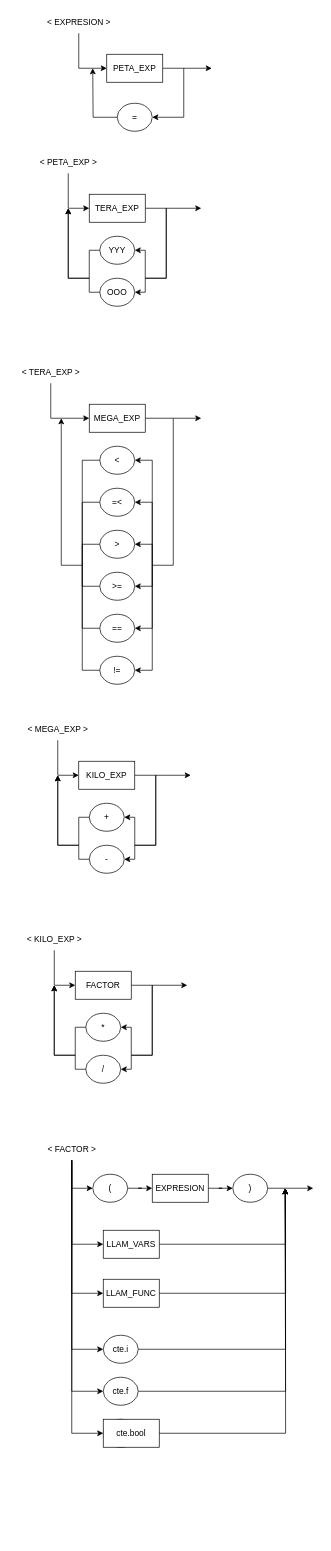
Above: page "EXPRESION" (6 of 12) of Docs/0. Diagramas.drawio in alexvasqxz/JuniorScript (draw.io), before the change. Source tidied: cells renumbered, new cells numbered last; positions are measured from the earlier drawing's top-left corner, leaving out a move shared by most shapes. Both pictures are drawn from the tidied source at 70%, with x=0, y=0 at pixel (12, 12).
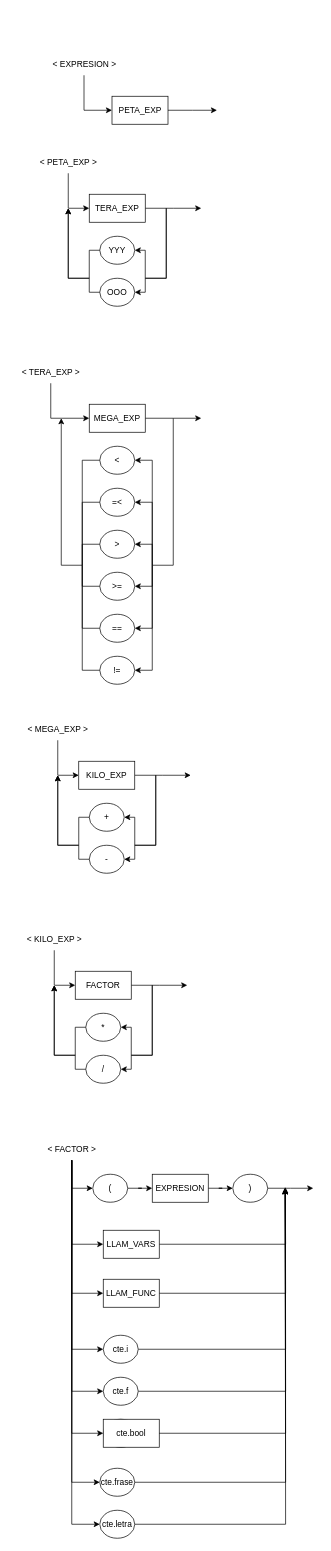
Above is the later version.

Unchanged cells that the change refers to:
```xml
<mxCell id="69" value="&amp;lt; FACTOR &amp;gt;" style="text;html=1;align=center;verticalAlign=middle;points=[];strokeColor=none;fillColor=none;" parent="1" vertex="1">
  <mxGeometry x="40" y="1610" width="90" height="30" as="geometry" />
</mxCell>
```

Change to the diagram source:
```diff
@@
     <mxCell id="3" value="&amp;lt; EXPRESION &amp;gt;" style="text;html=1;align=center;verticalAlign=middle;points=[];strokeColor=none;fillColor=none;" parent="1" vertex="1">
-      <mxGeometry x="40" width="110" height="30" as="geometry" />
+      <mxGeometry x="47.5" y="60" width="110" height="30" as="geometry" />
     </mxCell>
     <mxCell id="4" style="edgeStyle=orthogonalEdgeStyle;rounded=0;jettySize=auto;html=1;" parent="1" edge="1" source="5">
       <mxGeometry relative="1" as="geometry">
-        <mxPoint x="285" y="80" as="targetPoint" />
+        <mxPoint x="292.5" y="140" as="targetPoint" />
       </mxGeometry>
     </mxCell>
     <mxCell id="5" value="PETA_EXP" style="rounded=0;whiteSpace=wrap;html=1;" parent="1" vertex="1">
-      <mxGeometry x="135" y="60" width="80" height="40" as="geometry" />
+      <mxGeometry x="142.5" y="120" width="80" height="40" as="geometry" />
     </mxCell>
-    <mxCell id="6" style="edgeStyle=orthogonalEdgeStyle;rounded=0;jettySize=auto;html=1;" parent="1" edge="1" source="7">
-      <mxGeometry relative="1" as="geometry">
-        <mxPoint x="115" y="80" as="targetPoint" />
-      </mxGeometry>
-    </mxCell>
-    <mxCell id="7" value="=" style="ellipse;whiteSpace=wrap;html=1;" parent="1" vertex="1">
-      <mxGeometry x="150" y="130" width="50" height="40" as="geometry" />
-    </mxCell>
-    <mxCell id="8" style="endArrow=classic;html=1;rounded=0;entryX=1;entryY=0.5;entryDx=0;entryDy=0;" parent="1" edge="1" target="7">
-      <mxGeometry relative="1" as="geometry">
-        <mxPoint x="245" y="80" as="sourcePoint" />
-        <Array as="points">
-          <mxPoint x="245" y="150" />
-        </Array>
-      </mxGeometry>
-    </mxCell>
@@
+    <mxCell id="87" style="edgeStyle=orthogonalEdgeStyle;rounded=0;jettySize=auto;html=1;entryX=0;entryY=0.5;entryDx=0;entryDy=0;" parent="1" edge="1" source="69" target="90">
+      <mxGeometry relative="1" as="geometry" />
+    </mxCell>
+    <mxCell id="88" style="edgeStyle=orthogonalEdgeStyle;rounded=0;jettySize=auto;html=1;entryX=0;entryY=0.5;entryDx=0;entryDy=0;" parent="1" edge="1" source="69" target="92">
+      <mxGeometry relative="1" as="geometry" />
+    </mxCell>
@@
+    <mxCell id="89" style="edgeStyle=orthogonalEdgeStyle;rounded=0;jettySize=auto;html=1;" parent="1" edge="1" source="90">
+      <mxGeometry relative="1" as="geometry">
+        <mxPoint x="390" y="1680" as="targetPoint" />
+      </mxGeometry>
+    </mxCell>
+    <mxCell id="90" value="cte.frase" style="ellipse;whiteSpace=wrap;html=1;" parent="1" vertex="1">
+      <mxGeometry x="125" y="2080" width="50" height="40" as="geometry" />
+    </mxCell>
+    <mxCell id="91" style="edgeStyle=orthogonalEdgeStyle;rounded=0;jettySize=auto;html=1;" parent="1" edge="1" source="92">
+      <mxGeometry relative="1" as="geometry">
+        <mxPoint x="390" y="1678.3" as="targetPoint" />
+      </mxGeometry>
+    </mxCell>
+    <mxCell id="92" value="cte.letra" style="ellipse;whiteSpace=wrap;html=1;" parent="1" vertex="1">
+      <mxGeometry x="125" y="2140" width="50" height="40" as="geometry" />
+    </mxCell>
```
